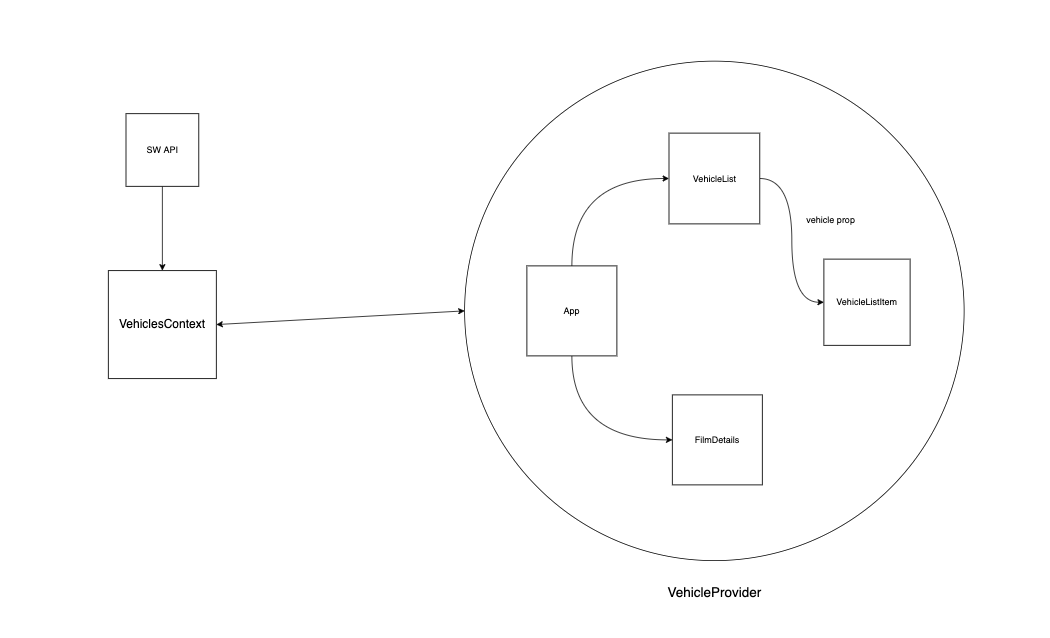
Earlier version of the draw.io export src/assets/images/SW-Vehicles-App.drawio.png (jcdorr003/star-wars-vehicles). Source tidied: cells renumbered, new cells last; positions are measured from the earlier drawing's top-left corner, leaving out a move shared by most shapes. Its diagram source:
```xml
<mxGraphModel>
  <root>
    <mxCell id="0" />
    <mxCell id="1" parent="0" />
    <mxCell id="2" style="ellipse;whiteSpace=wrap;html=1;fontSize=18;" parent="1" vertex="1">
      <mxGeometry x="475" width="666" height="666" as="geometry" />
    </mxCell>
    <mxCell id="3" style="edgeStyle=orthogonalEdgeStyle;curved=1;jettySize=auto;html=1;exitX=0.5;exitY=0;exitDx=0;exitDy=0;entryX=0;entryY=0.5;entryDx=0;entryDy=0;fontSize=15;endArrow=classic;endFill=1;strokeColor=default;" parent="1" edge="1" source="5" target="8">
      <mxGeometry relative="1" as="geometry" />
    </mxCell>
    <mxCell id="4" style="edgeStyle=orthogonalEdgeStyle;curved=1;rounded=0;jettySize=auto;html=1;entryX=0;entryY=0.5;entryDx=0;entryDy=0;fontSize=12;exitX=0.5;exitY=1;exitDx=0;exitDy=0;" parent="1" edge="1" source="5" target="6">
      <mxGeometry relative="1" as="geometry" />
    </mxCell>
    <mxCell id="5" value="App" style="whiteSpace=wrap;html=1;" parent="1" vertex="1">
      <mxGeometry x="558" y="273" width="120" height="120" as="geometry" />
    </mxCell>
    <mxCell id="6" value="FilmDetails" style="whiteSpace=wrap;html=1;" parent="1" vertex="1">
      <mxGeometry x="752" y="445" width="120" height="120" as="geometry" />
    </mxCell>
    <mxCell id="7" style="edgeStyle=orthogonalEdgeStyle;curved=1;jettySize=auto;html=1;exitX=1;exitY=0.5;exitDx=0;exitDy=0;entryX=0;entryY=0.5;entryDx=0;entryDy=0;fontSize=15;endArrow=classic;endFill=1;strokeColor=default;" parent="1" edge="1" source="8" target="10">
      <mxGeometry relative="1" as="geometry" />
    </mxCell>
    <mxCell id="8" value="VehicleList" style="whiteSpace=wrap;html=1;" parent="1" vertex="1">
      <mxGeometry x="747.5" y="96" width="121" height="121" as="geometry" />
    </mxCell>
    <mxCell id="9" value="&lt;font size=&quot;3&quot;&gt;VehiclesContext&lt;/font&gt;" style="whiteSpace=wrap;html=1;" parent="1" vertex="1">
      <mxGeometry y="279.2" width="144" height="144" as="geometry" />
    </mxCell>
    <mxCell id="10" value="VehicleListItem" style="whiteSpace=wrap;html=1;" parent="1" vertex="1">
      <mxGeometry x="954" y="264" width="115" height="115" as="geometry" />
    </mxCell>
    <mxCell id="11" value="VehicleProvider" style="text;html=1;align=center;verticalAlign=middle;strokeColor=none;fillColor=none;fontSize=18;" parent="1" vertex="1">
      <mxGeometry x="740.5" y="695" width="135" height="26" as="geometry" />
    </mxCell>
    <mxCell id="12" value="vehicle prop&lt;br&gt;" style="text;html=1;align=center;verticalAlign=middle;strokeColor=none;fillColor=none;fontSize=12;" parent="1" vertex="1">
      <mxGeometry x="925" y="203" width="75" height="18" as="geometry" />
    </mxCell>
    <mxCell id="13" style="edgeStyle=orthogonalEdgeStyle;curved=1;rounded=0;jettySize=auto;html=1;entryX=0.5;entryY=0;entryDx=0;entryDy=0;fontSize=12;" parent="1" edge="1" source="14" target="9">
      <mxGeometry relative="1" as="geometry" />
    </mxCell>
    <mxCell id="14" value="SW API" style="whiteSpace=wrap;html=1;fontSize=12;" parent="1" vertex="1">
      <mxGeometry x="23.5" y="70" width="97" height="97" as="geometry" />
    </mxCell>
    <mxCell id="15" style="endArrow=classic;startArrow=classic;html=1;rounded=0;fontSize=12;curved=1;entryX=0;entryY=0.5;entryDx=0;entryDy=0;exitX=1;exitY=0.5;exitDx=0;exitDy=0;" parent="1" edge="1" source="9" target="2">
      <mxGeometry relative="1" as="geometry" />
    </mxCell>
  </root>
</mxGraphModel>
```
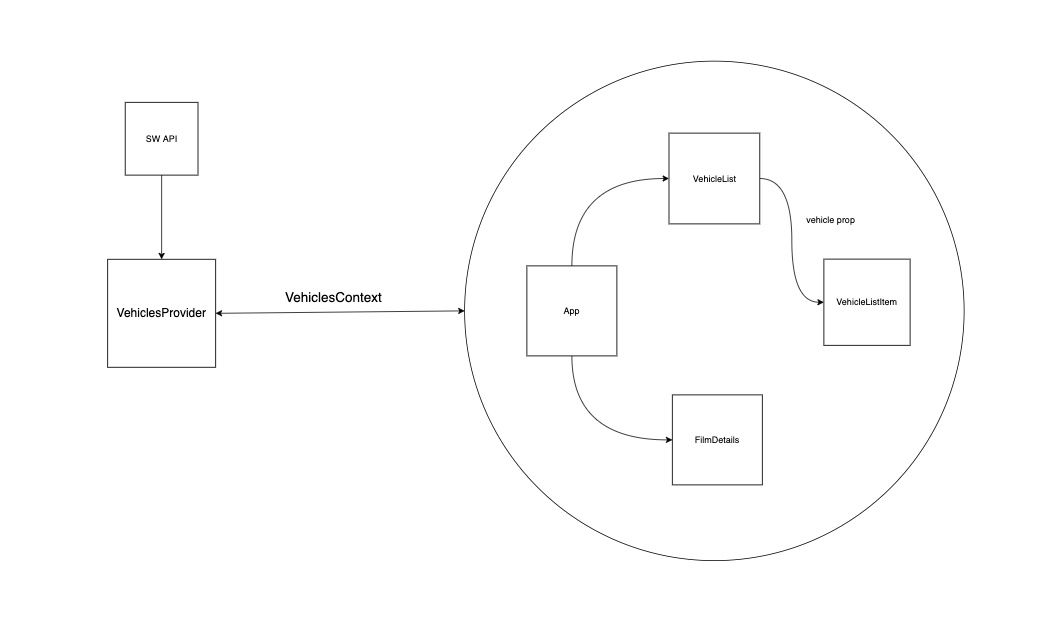
Above is the later version.

The edit, as a diff of the source:
```diff
@@ -23,14 +23,14 @@
     <mxCell id="8" value="VehicleList" style="whiteSpace=wrap;html=1;" parent="1" vertex="1">
       <mxGeometry x="747.5" y="96" width="121" height="121" as="geometry" />
     </mxCell>
-    <mxCell id="9" value="&lt;font size=&quot;3&quot;&gt;VehiclesContext&lt;/font&gt;" style="whiteSpace=wrap;html=1;" parent="1" vertex="1">
-      <mxGeometry y="279.2" width="144" height="144" as="geometry" />
+    <mxCell id="9" value="&lt;font size=&quot;3&quot;&gt;VehiclesProvider&lt;/font&gt;" style="whiteSpace=wrap;html=1;" parent="1" vertex="1">
+      <mxGeometry x="-1" y="264.2" width="144" height="144" as="geometry" />
     </mxCell>
     <mxCell id="10" value="VehicleListItem" style="whiteSpace=wrap;html=1;" parent="1" vertex="1">
       <mxGeometry x="954" y="264" width="115" height="115" as="geometry" />
     </mxCell>
-    <mxCell id="11" value="VehicleProvider" style="text;html=1;align=center;verticalAlign=middle;strokeColor=none;fillColor=none;fontSize=18;" parent="1" vertex="1">
-      <mxGeometry x="740.5" y="695" width="135" height="26" as="geometry" />
+    <mxCell id="11" value="VehiclesContext" style="text;html=1;align=center;verticalAlign=middle;strokeColor=none;fillColor=none;fontSize=18;" parent="1" vertex="1">
+      <mxGeometry x="230" y="302" width="139" height="26" as="geometry" />
     </mxCell>
     <mxCell id="12" value="vehicle prop&lt;br&gt;" style="text;html=1;align=center;verticalAlign=middle;strokeColor=none;fillColor=none;fontSize=12;" parent="1" vertex="1">
       <mxGeometry x="925" y="203" width="75" height="18" as="geometry" />
@@ -39,7 +39,7 @@
       <mxGeometry relative="1" as="geometry" />
     </mxCell>
     <mxCell id="14" value="SW API" style="whiteSpace=wrap;html=1;fontSize=12;" parent="1" vertex="1">
-      <mxGeometry x="23.5" y="70" width="97" height="97" as="geometry" />
+      <mxGeometry x="22.5" y="55" width="97" height="97" as="geometry" />
     </mxCell>
     <mxCell id="15" style="endArrow=classic;startArrow=classic;html=1;rounded=0;fontSize=12;curved=1;entryX=0;entryY=0.5;entryDx=0;entryDy=0;exitX=1;exitY=0.5;exitDx=0;exitDy=0;" parent="1" edge="1" source="9" target="2">
       <mxGeometry relative="1" as="geometry" />
```
